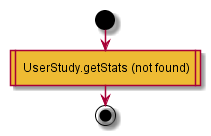
Earlier version of the PlantUML export test2/diagrams/Vocabulary.GET.getStats.png (MaxXx1313/testwiki).
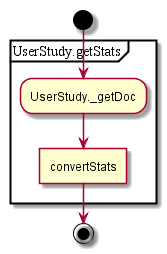
After the commit.

Diff of the diagram source:
```diff
@@ -1,5 +1,8 @@
 @startuml
 start
-#eebb33: UserStudy.getStats (not found)|
+partition UserStudy.getStats {
+:UserStudy._getDoc;
+:convertStats]
+}
 end;
 @enduml
```
